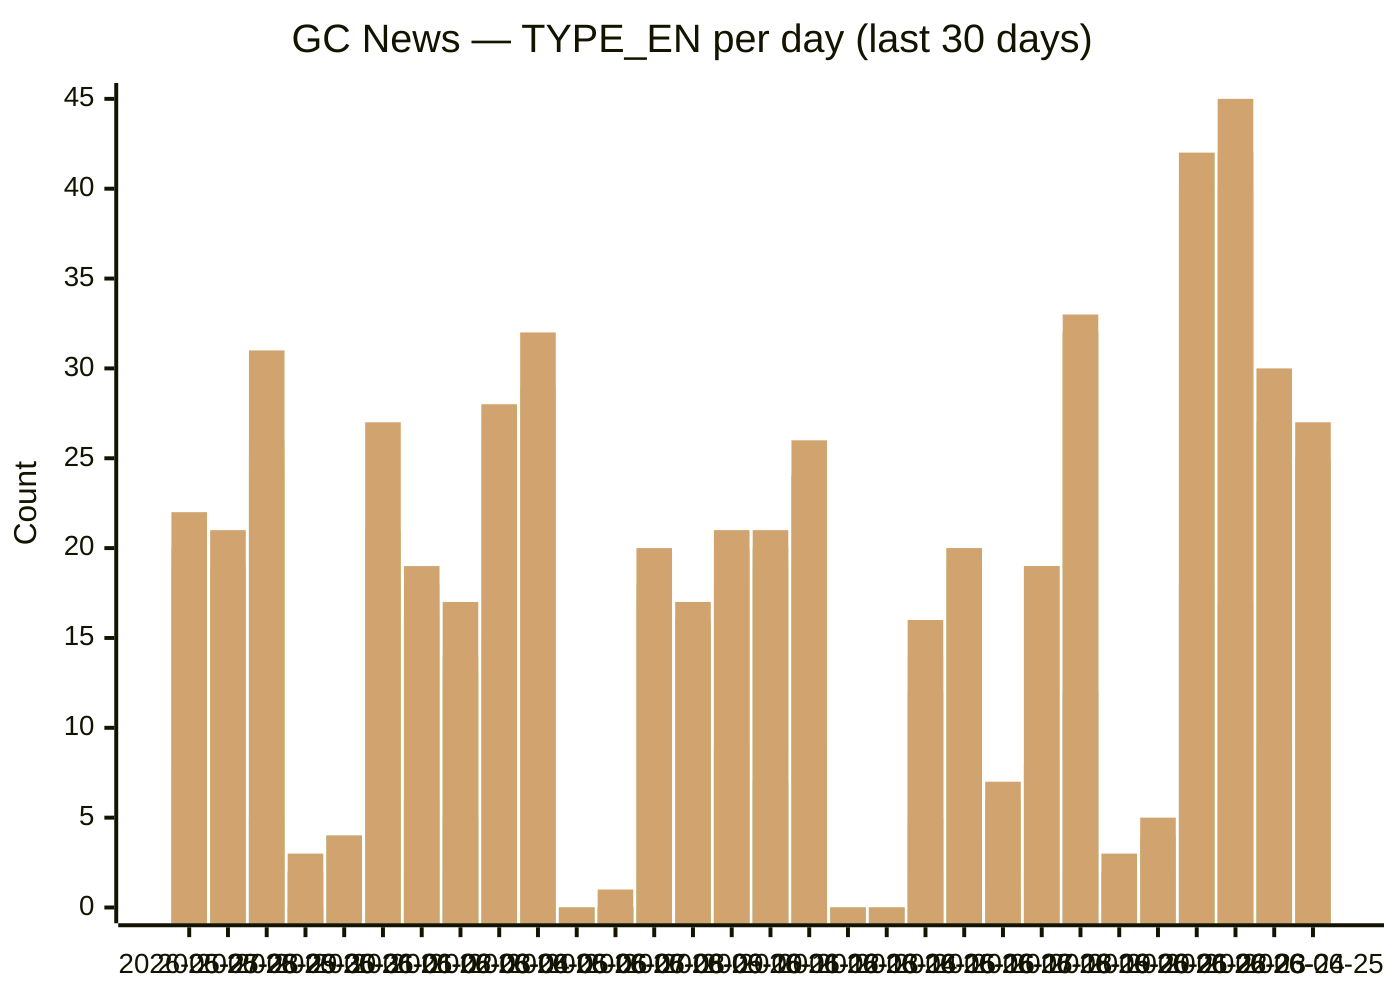
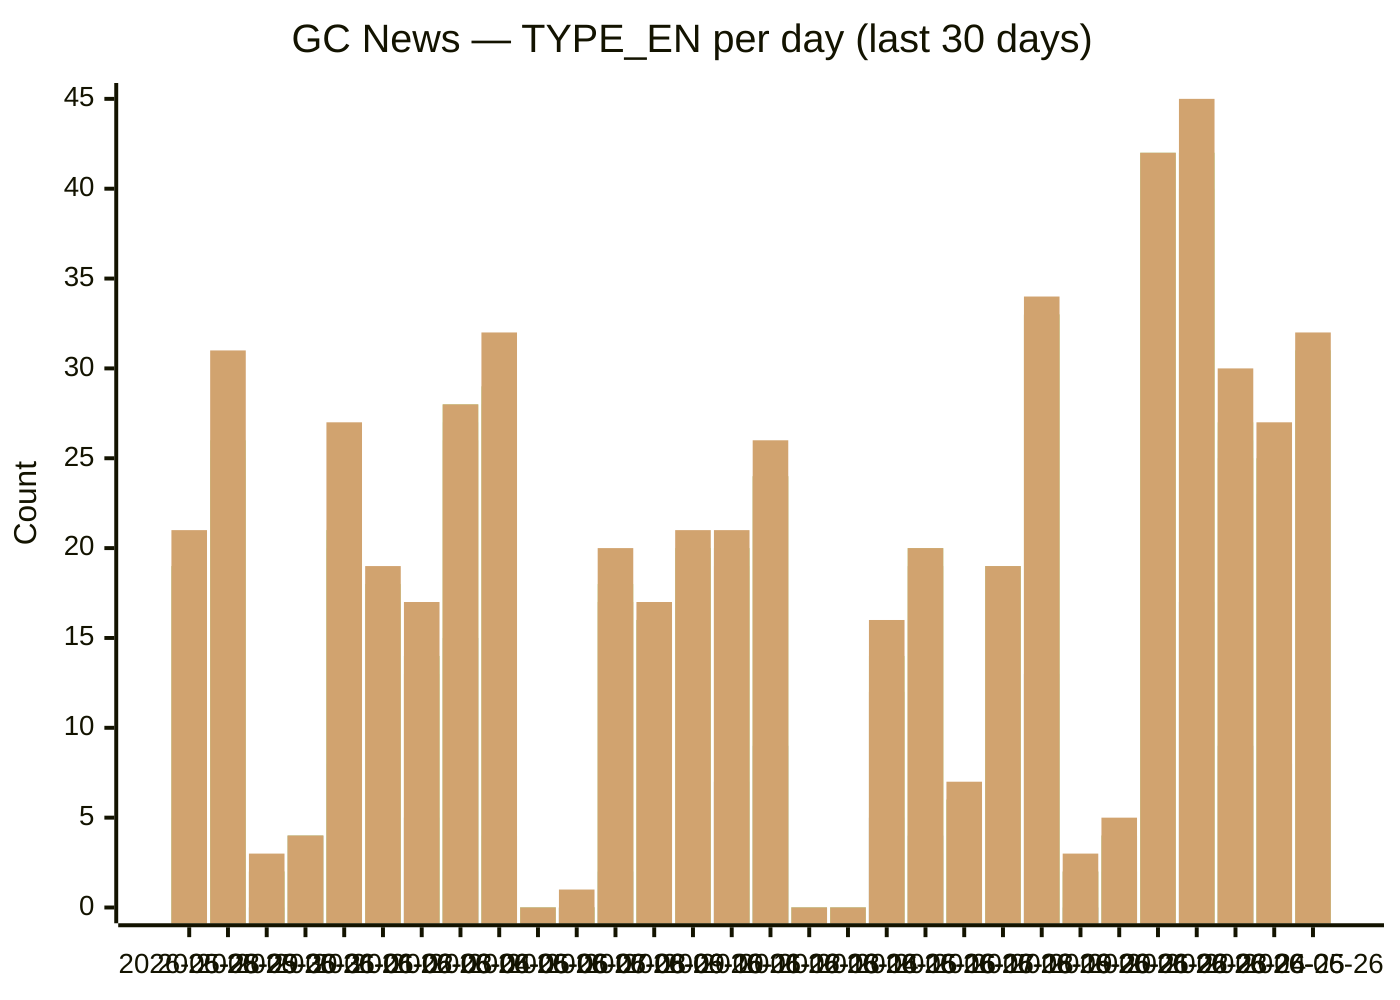
```mermaid
xychart-beta
  title "GC News — TYPE_EN per day (last 30 days)"
-   x-axis [2026-05-27, 2026-05-28, 2026-05-29, 2026-05-30, 2026-05-31, 2026-06-01, 2026-06-02, 2026-06-03, 2026-06-04, 2026-06-05, 2026-06-06, 2026-06-07, 2026-06-08, 2026-06-09, 2026-06-10, 2026-06-11, 2026-06-12, 2026-06-13, 2026-06-14, 2026-06-15, 2026-06-16, 2026-06-17, 2026-06-18, 2026-06-19, 2026-06-20, 2026-06-21, 2026-06-22, 2026-06-23, 2026-06-24, 2026-06-25]
+   x-axis [2026-05-28, 2026-05-29, 2026-05-30, 2026-05-31, 2026-06-01, 2026-06-02, 2026-06-03, 2026-06-04, 2026-06-05, 2026-06-06, 2026-06-07, 2026-06-08, 2026-06-09, 2026-06-10, 2026-06-11, 2026-06-12, 2026-06-13, 2026-06-14, 2026-06-15, 2026-06-16, 2026-06-17, 2026-06-18, 2026-06-19, 2026-06-20, 2026-06-21, 2026-06-22, 2026-06-23, 2026-06-24, 2026-06-25, 2026-06-26]
  y-axis "Count" 0 --> 45
-   bar backgrounders [4, 1, 1, 0, 0, 5, 2, 2, 2, 0, 0, 0, 0, 3, 2, 0, 3, 0, 0, 2, 3, 1, 2, 2, 0, 0, 3, 6, 2, 2]
-   bar "media advisories" [8, 5, 5, 0, 4, 8, 6, 5, 15, 4, 0, 0, 2, 6, 9, 7, 9, 0, 0, 5, 4, 1, 8, 12, 0, 2, 18, 17, 9, 8]
-   bar "news releases" [19, 19, 24, 2, 4, 20, 16, 13, 26, 28, 0, 0, 17, 16, 18, 19, 24, 0, 0, 12, 19, 6, 19, 32, 2, 4, 40, 40, 25, 23]
-   bar readouts [20, 19, 25, 2, 4, 21, 17, 14, 27, 29, 0, 0, 17, 16, 20, 20, 24, 0, 0, 12, 19, 6, 19, 32, 2, 4, 42, 42, 26, 25]
-   bar speeches [20, 19, 26, 2, 4, 21, 18, 14, 28, 29, 0, 0, 18, 16, 20, 20, 24, 0, 0, 14, 20, 6, 19, 32, 2, 4, 42, 42, 27, 25]
-   bar statements [22, 21, 31, 3, 4, 27, 19, 17, 28, 32, 0, 1, 20, 17, 21, 21, 26, 0, 0, 16, 20, 7, 19, 33, 3, 5, 42, 45, 30, 27]
+   bar backgrounders [1, 1, 0, 0, 5, 2, 2, 2, 0, 0, 0, 0, 3, 2, 0, 3, 0, 0, 2, 3, 1, 2, 2, 0, 0, 3, 6, 2, 2, 3]
+   bar "media advisories" [5, 5, 0, 4, 8, 6, 5, 15, 4, 0, 0, 2, 6, 9, 7, 9, 0, 0, 5, 4, 1, 8, 13, 0, 2, 18, 17, 9, 8, 9]
+   bar "news releases" [19, 24, 2, 4, 20, 16, 13, 26, 28, 0, 0, 17, 16, 18, 19, 24, 0, 0, 12, 19, 6, 19, 33, 2, 4, 40, 40, 25, 23, 30]
+   bar readouts [19, 25, 2, 4, 21, 17, 14, 27, 29, 0, 0, 17, 16, 20, 20, 24, 0, 0, 12, 19, 6, 19, 33, 2, 4, 42, 42, 26, 25, 31]
+   bar speeches [19, 26, 2, 4, 21, 18, 14, 28, 29, 0, 0, 18, 16, 20, 20, 24, 0, 0, 14, 20, 6, 19, 33, 2, 4, 42, 42, 27, 25, 31]
+   bar statements [21, 31, 3, 4, 27, 19, 17, 28, 32, 0, 1, 20, 17, 21, 21, 26, 0, 0, 16, 20, 7, 19, 34, 3, 5, 42, 45, 30, 27, 32]
```